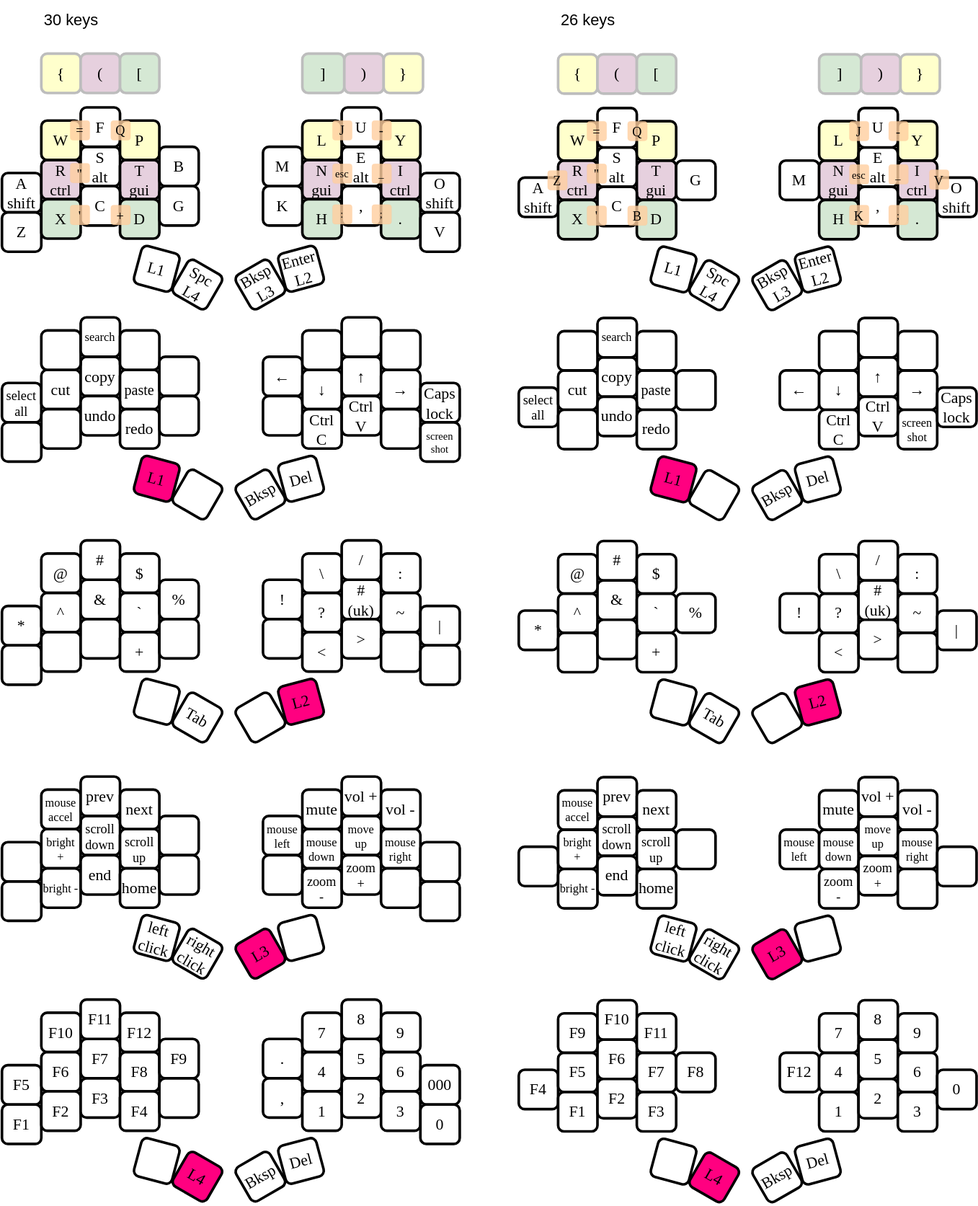
Before: images/keymap.svg, a diagram exported from draw.io (smallwat3r/vial-keymap). Source tidied: cells renumbered, new cells last; positions are measured from the earlier drawing's top-left corner, leaving out a move shared by most shapes.
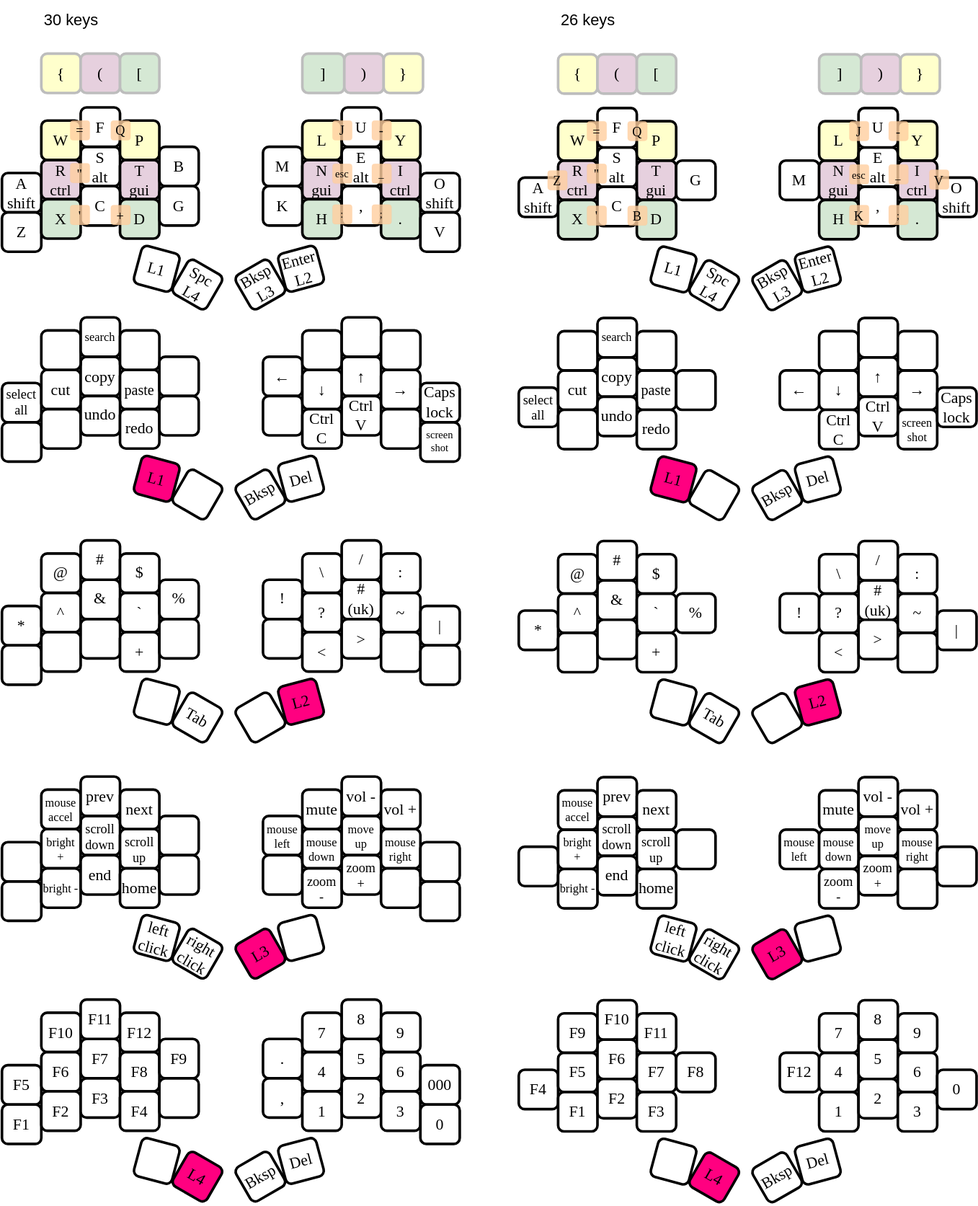
The same diagram one commit later.

Diff of the diagram source:
```diff
@@ -377,7 +377,7 @@
     <mxCell id="126" value="zoom +" style="whiteSpace=wrap;glass=0;rounded=1;shadow=0;textShadow=0;strokeWidth=2;perimeterSpacing=2;flipV=1;flipH=1;fontFamily=Comic Sans MS;fontStyle=0;fontSize=10;" parent="1" vertex="1">
       <mxGeometry x="259" y="651.5" width="30" height="30" as="geometry" />
     </mxCell>
-    <mxCell id="127" value="vol +" style="whiteSpace=wrap;glass=0;rounded=1;shadow=0;textShadow=0;strokeWidth=2;perimeterSpacing=2;flipV=1;flipH=1;fontFamily=Comic Sans MS;fontStyle=0;" parent="1" vertex="1">
+    <mxCell id="127" value="vol -" style="whiteSpace=wrap;glass=0;rounded=1;shadow=0;textShadow=0;strokeWidth=2;perimeterSpacing=2;flipV=1;flipH=1;fontFamily=Comic Sans MS;fontStyle=0;" parent="1" vertex="1">
       <mxGeometry x="259" y="591.5" width="30" height="30" as="geometry" />
     </mxCell>
     <mxCell id="128" value="mouse right" style="whiteSpace=wrap;glass=0;rounded=1;shadow=0;textShadow=0;strokeWidth=2;perimeterSpacing=2;flipV=1;flipH=1;fontFamily=Comic Sans MS;fontStyle=0;fontSize=9;" parent="1" vertex="1">
@@ -386,7 +386,7 @@
     <mxCell id="129" style="whiteSpace=wrap;glass=0;rounded=1;shadow=0;textShadow=0;strokeWidth=2;perimeterSpacing=2;flipV=1;flipH=1;fontFamily=Comic Sans MS;fontStyle=0;" parent="1" vertex="1">
       <mxGeometry x="289" y="661.5" width="30" height="30" as="geometry" />
     </mxCell>
-    <mxCell id="130" value="vol -" style="whiteSpace=wrap;glass=0;rounded=1;shadow=0;textShadow=0;strokeWidth=2;perimeterSpacing=2;flipV=1;flipH=1;fontFamily=Comic Sans MS;fontStyle=0;" parent="1" vertex="1">
+    <mxCell id="130" value="vol +" style="whiteSpace=wrap;glass=0;rounded=1;shadow=0;textShadow=0;strokeWidth=2;perimeterSpacing=2;flipV=1;flipH=1;fontFamily=Comic Sans MS;fontStyle=0;" parent="1" vertex="1">
       <mxGeometry x="289" y="601.5" width="30" height="30" as="geometry" />
     </mxCell>
     <mxCell id="131" style="whiteSpace=wrap;glass=0;rounded=1;shadow=0;textShadow=0;strokeWidth=2;perimeterSpacing=2;flipV=1;flipH=1;fontFamily=Comic Sans MS;fontStyle=0;" parent="1" vertex="1">
@@ -833,7 +833,7 @@
     <mxCell id="278" value="zoom +" style="whiteSpace=wrap;glass=0;rounded=1;shadow=0;textShadow=0;strokeWidth=2;perimeterSpacing=2;flipV=1;flipH=1;fontFamily=Comic Sans MS;fontStyle=0;fontSize=10;" parent="1" vertex="1">
       <mxGeometry x="653" y="652" width="30" height="30" as="geometry" />
     </mxCell>
-    <mxCell id="279" value="vol +" style="whiteSpace=wrap;glass=0;rounded=1;shadow=0;textShadow=0;strokeWidth=2;perimeterSpacing=2;flipV=1;flipH=1;fontFamily=Comic Sans MS;fontStyle=0;" parent="1" vertex="1">
+    <mxCell id="279" value="vol -" style="whiteSpace=wrap;glass=0;rounded=1;shadow=0;textShadow=0;strokeWidth=2;perimeterSpacing=2;flipV=1;flipH=1;fontFamily=Comic Sans MS;fontStyle=0;" parent="1" vertex="1">
       <mxGeometry x="653" y="592" width="30" height="30" as="geometry" />
     </mxCell>
     <mxCell id="280" value="mouse right" style="whiteSpace=wrap;glass=0;rounded=1;shadow=0;textShadow=0;strokeWidth=2;perimeterSpacing=2;flipV=1;flipH=1;fontFamily=Comic Sans MS;fontStyle=0;fontSize=9;" parent="1" vertex="1">
@@ -842,7 +842,7 @@
     <mxCell id="281" style="whiteSpace=wrap;glass=0;rounded=1;shadow=0;textShadow=0;strokeWidth=2;perimeterSpacing=2;flipV=1;flipH=1;fontFamily=Comic Sans MS;fontStyle=0;" parent="1" vertex="1">
       <mxGeometry x="683" y="662" width="30" height="30" as="geometry" />
     </mxCell>
-    <mxCell id="282" value="vol -" style="whiteSpace=wrap;glass=0;rounded=1;shadow=0;textShadow=0;strokeWidth=2;perimeterSpacing=2;flipV=1;flipH=1;fontFamily=Comic Sans MS;fontStyle=0;" parent="1" vertex="1">
+    <mxCell id="282" value="vol +" style="whiteSpace=wrap;glass=0;rounded=1;shadow=0;textShadow=0;strokeWidth=2;perimeterSpacing=2;flipV=1;flipH=1;fontFamily=Comic Sans MS;fontStyle=0;" parent="1" vertex="1">
       <mxGeometry x="683" y="602" width="30" height="30" as="geometry" />
     </mxCell>
     <mxCell id="283" style="whiteSpace=wrap;glass=0;rounded=1;shadow=0;textShadow=0;strokeWidth=2;perimeterSpacing=2;flipV=1;flipH=1;fontFamily=Comic Sans MS;fontStyle=0;" parent="1" vertex="1">
```
